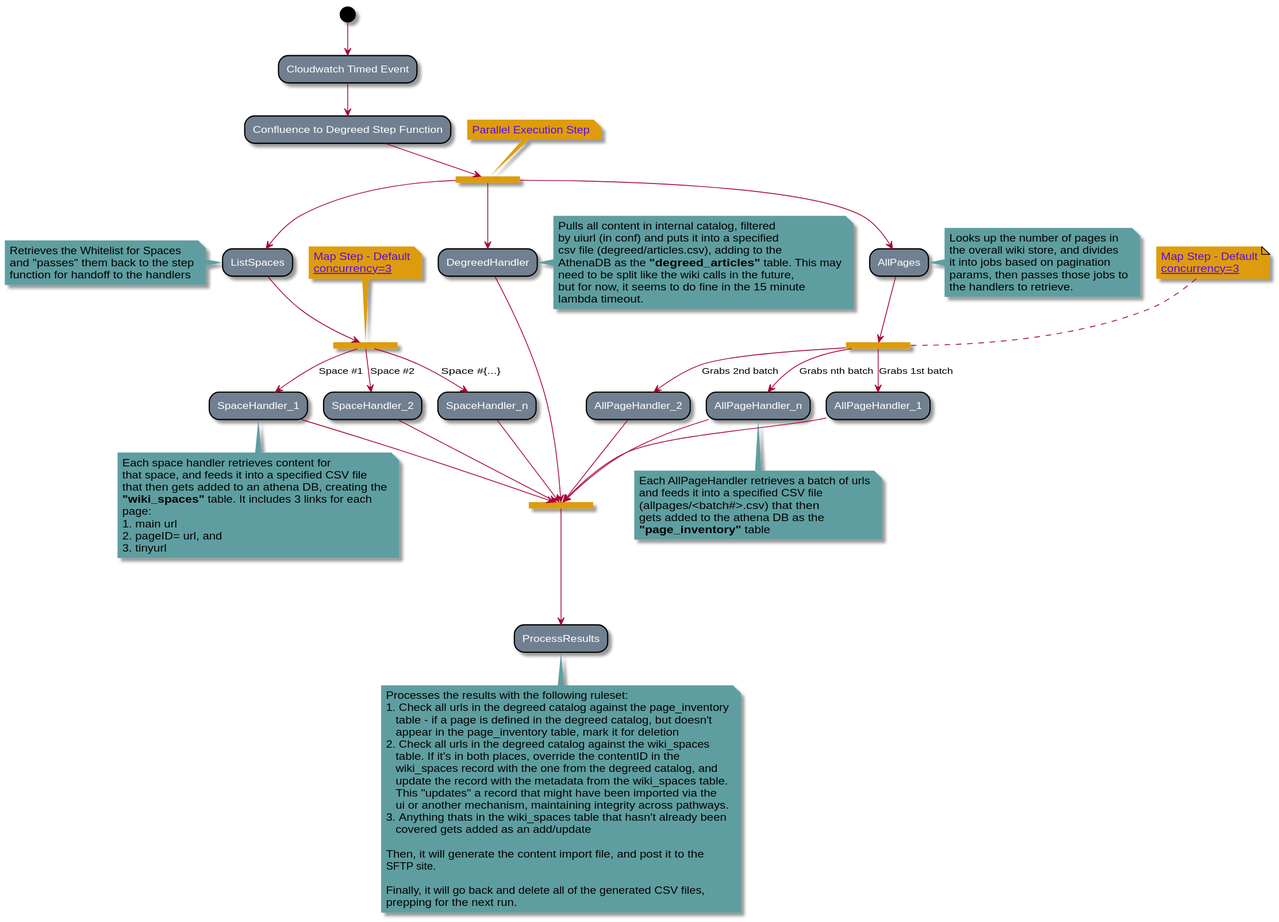
Before: images/activity.svg, a diagram exported from PlantUML (stevelitras/confluence-to-degreed).
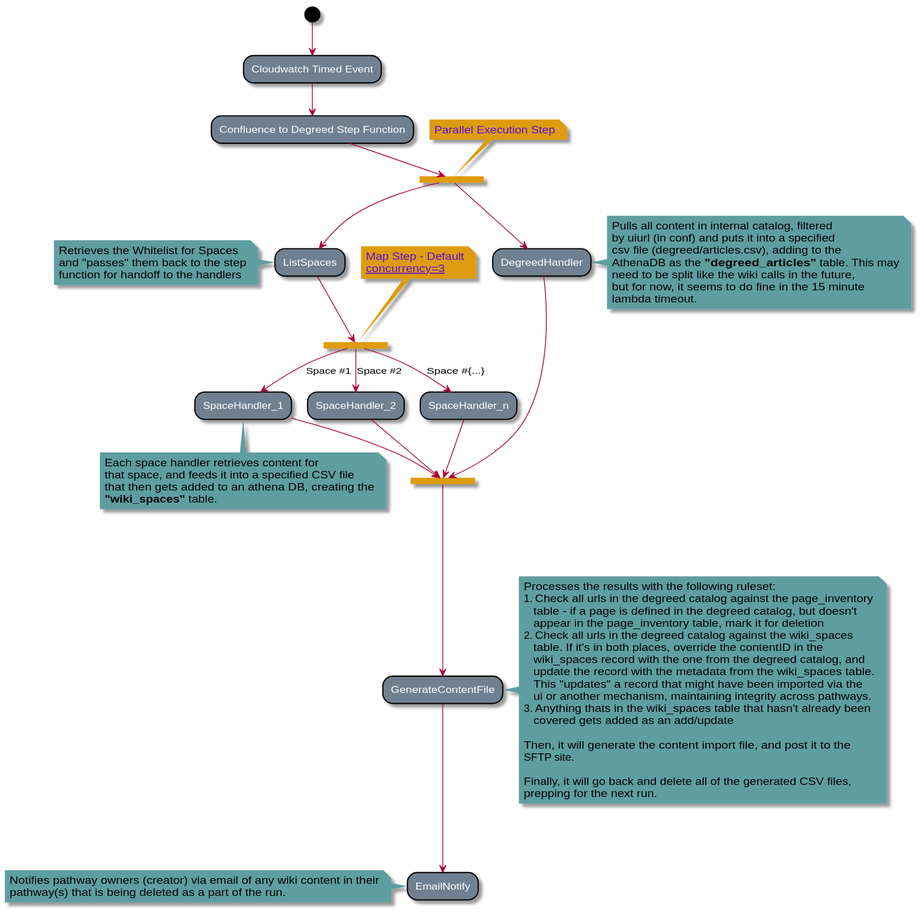
After the commit.

Diff of the diagram source:
```diff
@@ -32,11 +32,7 @@
 Each space handler retrieves content for
 that space, and feeds it into a specified CSV file
 that then gets added to an athena DB, creating the
-**"wiki_spaces"** table. It includes 3 links for each
-page:
-# main url
-# pageID= url, and
-# tinyurl
+**"wiki_spaces"** table.
 end note
 --> ===P3===
 ===P2===--> [Space #2] "SpaceHandler_2"
@@ -46,34 +42,6 @@
 "SpaceHandler_n"--> ===P3===
 
 
-===P1=== --> "AllPages"
-note right
-Looks up the number of pages in
-the overall wiki store, and divides
-it into jobs based on pagination
-params, then passes those jobs to
-the handlers to retrieve.
-end note
-
---> ===P4===
-note top #de9c0d
-<color:#5a0dde>Map Step - Default</color>
-<color:#5a0dde>__concurrency=3__</color>
-end note
---> [Grabs 1st batch] "AllPageHandler_1"
-===P4=== --> [Grabs 2nd batch] "AllPageHandler_2"
-===P4=== --> [Grabs nth batch] "AllPageHandler_n"
-note bottom
-Each AllPageHandler retrieves a batch of urls
-and feeds it into a specified CSV file
-(allpages/<batch#>.csv) that then
-gets added to the athena DB as the
-**"page_inventory"** table
-end note
-
-AllPageHandler_1 --> ===P3===
-AllPageHandler_2 --> ===P3===
-AllPageHandler_n --> ===P3===
 
 ===P1=== --> "DegreedHandler"
 note right
@@ -88,8 +56,8 @@
 
 DegreedHandler-->===P3===
 
----> "ProcessResults"
-note bottom
+---> "GenerateContentFile"
+note right
 Processes the results with the following ruleset:
 # Check all urls in the degreed catalog against the page_inventory
    table - if a page is defined in the degreed catalog, but doesn't
@@ -109,4 +77,10 @@
 Finally, it will go back and delete all of the generated CSV files,
 prepping for the next run.
 end note
+
+---> "EmailNotify"
+note left
+Notifies pathway owners (creator) via email of any wiki content in their
+pathway(s) that is being deleted as a part of the run.
+end note
 @enduml
```
